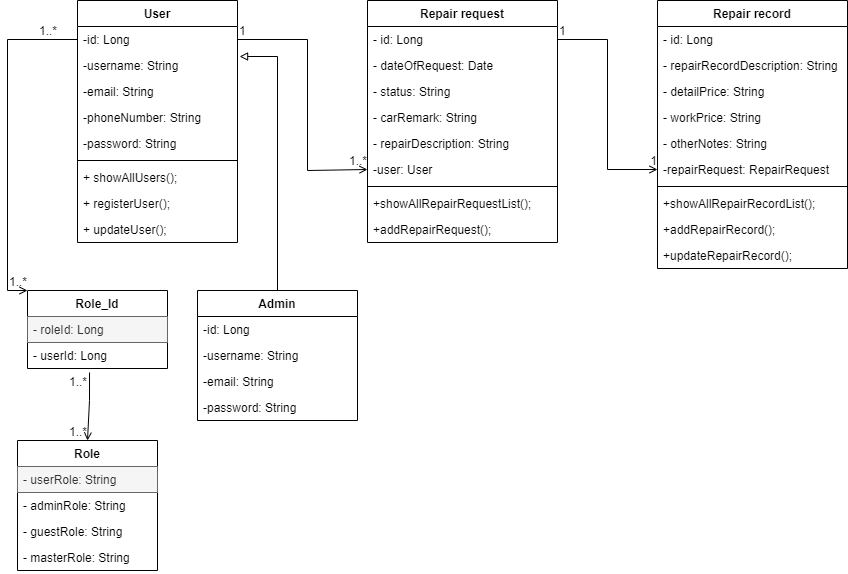
Before: docs/class_diagram.png, a diagram exported from draw.io (MishaAvizhen/ServiceStation). Source tidied: cells renumbered, new cells last; positions are measured from the earlier drawing's top-left corner, leaving out a move shared by most shapes.
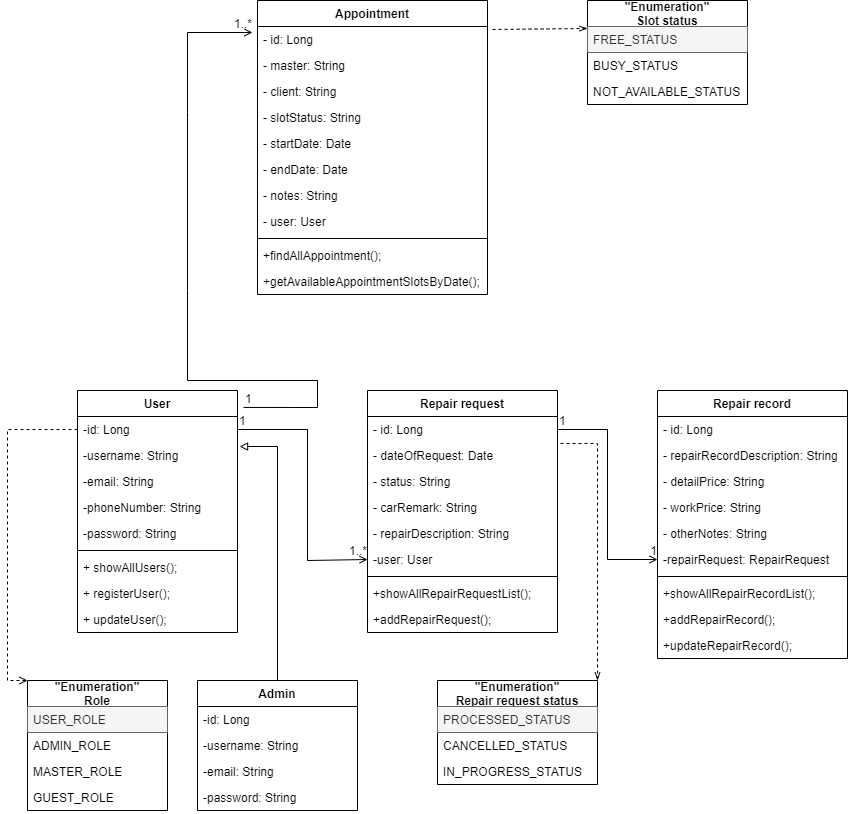
Later version of the same file.

Diff of the diagram source:
```diff
@@ -95,37 +95,30 @@
     <mxCell id="32" value="+addRepairRequest();" style="text;strokeColor=none;fillColor=none;align=left;verticalAlign=top;spacingLeft=4;spacingRight=4;overflow=hidden;" parent="23" vertex="1">
       <mxGeometry y="216" width="190" height="26" as="geometry" />
     </mxCell>
-    <mxCell id="33" value="Role" style="swimlane;fontStyle=1;horizontal=1;startSize=26;fillColor=none;" parent="1" vertex="1">
-      <mxGeometry x="10" y="440" width="140" height="130" as="geometry" />
+    <mxCell id="33" value="&quot;Enumeration&quot;&#10;Role" style="swimlane;fontStyle=1;horizontal=1;startSize=26;fillColor=none;" parent="1" vertex="1">
+      <mxGeometry x="20" y="290" width="140" height="130" as="geometry" />
     </mxCell>
-    <mxCell id="34" value="- userRole: String" style="text;strokeColor=#666666;fillColor=#f5f5f5;align=left;verticalAlign=top;spacingLeft=4;spacingRight=4;overflow=hidden;fontColor=#333333;" parent="33" vertex="1">
+    <mxCell id="34" value="USER_ROLE" style="text;strokeColor=#666666;fillColor=#f5f5f5;align=left;verticalAlign=top;spacingLeft=4;spacingRight=4;overflow=hidden;fontColor=#333333;" parent="33" vertex="1">
       <mxGeometry y="26" width="140" height="26" as="geometry" />
     </mxCell>
-    <mxCell id="35" value="- adminRole: String" style="text;strokeColor=none;fillColor=none;align=left;verticalAlign=top;spacingLeft=4;spacingRight=4;overflow=hidden;" parent="33" vertex="1">
+    <mxCell id="35" value="ADMIN_ROLE" style="text;strokeColor=none;fillColor=none;align=left;verticalAlign=top;spacingLeft=4;spacingRight=4;overflow=hidden;" parent="33" vertex="1">
       <mxGeometry y="52" width="140" height="26" as="geometry" />
     </mxCell>
-    <mxCell id="36" value="- guestRole: String" style="text;strokeColor=none;fillColor=none;align=left;verticalAlign=top;spacingLeft=4;spacingRight=4;overflow=hidden;" parent="33" vertex="1">
+    <mxCell id="36" value="MASTER_ROLE" style="text;strokeColor=none;fillColor=none;align=left;verticalAlign=top;spacingLeft=4;spacingRight=4;overflow=hidden;" parent="33" vertex="1">
       <mxGeometry y="78" width="140" height="26" as="geometry" />
     </mxCell>
-    <mxCell id="37" value="- masterRole: String" style="text;strokeColor=none;fillColor=none;align=left;verticalAlign=top;spacingLeft=4;spacingRight=4;overflow=hidden;" parent="33" vertex="1">
+    <mxCell id="37" value="GUEST_ROLE" style="text;strokeColor=none;fillColor=none;align=left;verticalAlign=top;spacingLeft=4;spacingRight=4;overflow=hidden;" parent="33" vertex="1">
       <mxGeometry y="104" width="140" height="26" as="geometry" />
     </mxCell>
-    <mxCell id="38" style="endArrow=open;html=1;rounded=0;align=center;verticalAlign=top;endFill=0;labelBackgroundColor=none;exitX=0;exitY=0.5;exitDx=0;exitDy=0;entryX=0;entryY=0;entryDx=0;entryDy=0;" parent="1" edge="1" source="3" target="47">
+    <mxCell id="38" style="endArrow=open;html=1;rounded=0;align=center;verticalAlign=top;endFill=0;labelBackgroundColor=none;exitX=0;exitY=0.5;exitDx=0;exitDy=0;entryX=0;entryY=0;entryDx=0;entryDy=0;dashed=1;" parent="1" edge="1" source="3">
       <mxGeometry relative="1" as="geometry">
+        <mxPoint x="20" y="290" as="targetPoint" />
         <Array as="points">
           <mxPoint y="39" />
           <mxPoint y="290" />
         </Array>
       </mxGeometry>
     </mxCell>
-    <mxCell id="39" value="1..*" style="html=1;align=left;verticalAlign=bottom;labelBackgroundColor=none;" parent="38" vertex="1">
-      <mxGeometry x="-1" relative="1" as="geometry">
-        <mxPoint x="-40" as="offset" />
-      </mxGeometry>
-    </mxCell>
-    <mxCell id="40" value="1..*" style="html=1;align=right;verticalAlign=bottom;labelBackgroundColor=none;" parent="38" vertex="1">
-      <mxGeometry x="1" relative="1" as="geometry" />
-    </mxCell>
     <mxCell id="41" style="endArrow=open;html=1;rounded=0;align=center;verticalAlign=top;endFill=0;labelBackgroundColor=none;exitX=1;exitY=0.5;exitDx=0;exitDy=0;entryX=0;entryY=0.5;entryDx=0;entryDy=0;" parent="1" edge="1" source="3" target="29">
       <mxGeometry relative="1" as="geometry">
         <Array as="points">
@@ -154,15 +147,6 @@
     <mxCell id="46" value="1" style="html=1;align=right;verticalAlign=bottom;labelBackgroundColor=none;" parent="44" vertex="1">
       <mxGeometry x="1" relative="1" as="geometry" />
     </mxCell>
-    <mxCell id="47" value="Role_Id" style="swimlane;fontStyle=1;horizontal=1;startSize=26;fillColor=none;" parent="1" vertex="1">
-      <mxGeometry x="20" y="290" width="140" height="78" as="geometry" />
-    </mxCell>
-    <mxCell id="48" value="- roleId: Long" style="text;strokeColor=#666666;fillColor=#f5f5f5;align=left;verticalAlign=top;spacingLeft=4;spacingRight=4;overflow=hidden;fontColor=#333333;" parent="47" vertex="1">
-      <mxGeometry y="26" width="140" height="26" as="geometry" />
-    </mxCell>
-    <mxCell id="49" value="- userId: Long" style="text;strokeColor=none;fillColor=none;align=left;verticalAlign=top;spacingLeft=4;spacingRight=4;overflow=hidden;points=[[0,0.5],[1,0.5]];portConstraint=eastwest;" parent="47" vertex="1">
-      <mxGeometry y="52" width="140" height="26" as="geometry" />
-    </mxCell>
     <mxCell id="50" style="html=1;align=right;verticalAlign=bottom;labelBackgroundColor=none;" parent="1" vertex="1">
       <mxGeometry x="90" y="300" as="geometry">
         <mxPoint x="54" y="83" as="offset" />
@@ -173,21 +157,6 @@
         <mxPoint x="-56" y="101" as="offset" />
       </mxGeometry>
     </mxCell>
-    <mxCell id="52" style="endArrow=open;html=1;rounded=0;align=center;verticalAlign=top;endFill=0;labelBackgroundColor=none;exitX=0.443;exitY=1.154;exitDx=0;exitDy=0;exitPerimeter=0;entryX=0.5;entryY=0;entryDx=0;entryDy=0;" parent="1" edge="1" source="49" target="33">
-      <mxGeometry relative="1" as="geometry">
-        <Array as="points">
-          <mxPoint x="82" y="400" />
-        </Array>
-      </mxGeometry>
-    </mxCell>
-    <mxCell id="53" value="1..*" style="html=1;align=left;verticalAlign=bottom;labelBackgroundColor=none;" parent="52" vertex="1">
-      <mxGeometry x="-1" relative="1" as="geometry">
-        <mxPoint x="-22" y="18" as="offset" />
-      </mxGeometry>
-    </mxCell>
-    <mxCell id="54" value="1..*" style="html=1;align=right;verticalAlign=bottom;labelBackgroundColor=none;" parent="52" vertex="1">
-      <mxGeometry x="1" relative="1" as="geometry" />
-    </mxCell>
     <mxCell id="55" style="edgeStyle=orthogonalEdgeStyle;rounded=0;jettySize=auto;html=1;entryX=1.013;entryY=0.154;entryDx=0;entryDy=0;entryPerimeter=0;endArrow=block;endFill=0;" parent="1" edge="1" source="56" target="4">
       <mxGeometry relative="1" as="geometry" />
     </mxCell>
@@ -206,5 +175,95 @@
     <mxCell id="60" value="-password: String" style="text;strokeColor=none;fillColor=none;align=left;verticalAlign=top;spacingLeft=4;spacingRight=4;overflow=hidden;" parent="56" vertex="1">
       <mxGeometry y="104" width="160" height="26" as="geometry" />
     </mxCell>
+    <mxCell id="61" value="&quot;Enumeration&quot;&#10;Repair request status" style="swimlane;fontStyle=1;horizontal=1;startSize=26;fillColor=none;" parent="1" vertex="1">
+      <mxGeometry x="430" y="290" width="160" height="104" as="geometry" />
+    </mxCell>
+    <mxCell id="62" value="PROCESSED_STATUS" style="text;strokeColor=#666666;fillColor=#f5f5f5;align=left;verticalAlign=top;spacingLeft=4;spacingRight=4;overflow=hidden;fontColor=#333333;" parent="61" vertex="1">
+      <mxGeometry y="26" width="160" height="26" as="geometry" />
+    </mxCell>
+    <mxCell id="63" value="CANCELLED_STATUS" style="text;strokeColor=none;fillColor=none;align=left;verticalAlign=top;spacingLeft=4;spacingRight=4;overflow=hidden;" parent="61" vertex="1">
+      <mxGeometry y="52" width="160" height="26" as="geometry" />
+    </mxCell>
+    <mxCell id="64" value="IN_PROGRESS_STATUS" style="text;strokeColor=none;fillColor=none;align=left;verticalAlign=top;spacingLeft=4;spacingRight=4;overflow=hidden;" parent="61" vertex="1">
+      <mxGeometry y="78" width="160" height="26" as="geometry" />
+    </mxCell>
+    <mxCell id="65" style="endArrow=openThin;html=1;dashed=1;exitX=1.016;exitY=0.038;exitDx=0;exitDy=0;exitPerimeter=0;entryX=1;entryY=0;entryDx=0;entryDy=0;rounded=0;endFill=0;" parent="1" edge="1" source="25" target="61">
+      <mxGeometry relative="1" as="geometry">
+        <Array as="points">
+          <mxPoint x="590" y="53" />
+        </Array>
+      </mxGeometry>
+    </mxCell>
+    <mxCell id="66" value="Appointment" style="swimlane;fontStyle=1;align=center;verticalAlign=top;horizontal=1;startSize=26;" parent="1" vertex="1">
+      <mxGeometry x="250" y="-390" width="230" height="294" as="geometry" />
+    </mxCell>
+    <mxCell id="67" value="- id: Long" style="text;strokeColor=none;fillColor=none;align=left;verticalAlign=top;spacingLeft=4;spacingRight=4;overflow=hidden;points=[[0,0.5],[1,0.5]];portConstraint=eastwest;" parent="66" vertex="1">
+      <mxGeometry y="26" width="230" height="26" as="geometry" />
+    </mxCell>
+    <mxCell id="68" value="- master: String " style="text;strokeColor=none;fillColor=none;align=left;verticalAlign=top;spacingLeft=4;spacingRight=4;overflow=hidden;" parent="66" vertex="1">
+      <mxGeometry y="52" width="230" height="26" as="geometry" />
+    </mxCell>
+    <mxCell id="69" value="- client: String" style="text;strokeColor=none;fillColor=none;align=left;verticalAlign=top;spacingLeft=4;spacingRight=4;overflow=hidden;" parent="66" vertex="1">
+      <mxGeometry y="78" width="230" height="26" as="geometry" />
+    </mxCell>
+    <mxCell id="70" value="- slotStatus: String" style="text;strokeColor=none;fillColor=none;align=left;verticalAlign=top;spacingLeft=4;spacingRight=4;overflow=hidden;" parent="66" vertex="1">
+      <mxGeometry y="104" width="230" height="26" as="geometry" />
+    </mxCell>
+    <mxCell id="71" value="- startDate: Date" style="text;strokeColor=none;fillColor=none;align=left;verticalAlign=top;spacingLeft=4;spacingRight=4;overflow=hidden;" parent="66" vertex="1">
+      <mxGeometry y="130" width="230" height="26" as="geometry" />
+    </mxCell>
+    <mxCell id="72" value="- endDate: Date" style="text;strokeColor=none;fillColor=none;align=left;verticalAlign=top;spacingLeft=4;spacingRight=4;overflow=hidden;" parent="66" vertex="1">
+      <mxGeometry y="156" width="230" height="26" as="geometry" />
+    </mxCell>
+    <mxCell id="73" value="- notes: String" style="text;strokeColor=none;fillColor=none;align=left;verticalAlign=top;spacingLeft=4;spacingRight=4;overflow=hidden;" parent="66" vertex="1">
+      <mxGeometry y="182" width="230" height="26" as="geometry" />
+    </mxCell>
+    <mxCell id="74" value="- user: User" style="text;strokeColor=none;fillColor=none;align=left;verticalAlign=top;spacingLeft=4;spacingRight=4;overflow=hidden;" parent="66" vertex="1">
+      <mxGeometry y="208" width="230" height="26" as="geometry" />
+    </mxCell>
+    <mxCell id="75" style="line;strokeWidth=1;fillColor=none;align=left;verticalAlign=middle;spacingTop=-1;spacingLeft=3;spacingRight=3;labelPosition=right;" parent="66" vertex="1">
+      <mxGeometry y="234" width="230" height="8" as="geometry" />
+    </mxCell>
+    <mxCell id="76" value="+findAllAppointment();" style="text;strokeColor=none;fillColor=none;align=left;verticalAlign=top;spacingLeft=4;spacingRight=4;overflow=hidden;" parent="66" vertex="1">
+      <mxGeometry y="242" width="230" height="26" as="geometry" />
+    </mxCell>
+    <mxCell id="77" value="+getAvailableAppointmentSlotsByDate();" style="text;strokeColor=none;fillColor=none;align=left;verticalAlign=top;spacingLeft=4;spacingRight=4;overflow=hidden;" parent="66" vertex="1">
+      <mxGeometry y="268" width="230" height="26" as="geometry" />
+    </mxCell>
+    <mxCell id="78" style="endArrow=open;html=1;rounded=0;align=center;verticalAlign=top;endFill=0;labelBackgroundColor=none;exitX=1.038;exitY=0.07;exitDx=0;exitDy=0;exitPerimeter=0;entryX=-0.022;entryY=0.231;entryDx=0;entryDy=0;entryPerimeter=0;" parent="1" edge="1" source="2" target="67">
+      <mxGeometry relative="1" as="geometry">
+        <Array as="points">
+          <mxPoint x="310" y="17" />
+          <mxPoint x="310" y="-10" />
+          <mxPoint x="180" y="-10" />
+          <mxPoint x="180" y="-100" />
+          <mxPoint x="180" y="-278" />
+          <mxPoint x="180" y="-358" />
+        </Array>
+      </mxGeometry>
+    </mxCell>
+    <mxCell id="79" value="1" style="html=1;align=left;verticalAlign=bottom;labelBackgroundColor=none;" parent="78" vertex="1">
+      <mxGeometry x="-1" relative="1" as="geometry" />
+    </mxCell>
+    <mxCell id="80" value="1..*" style="html=1;align=right;verticalAlign=bottom;labelBackgroundColor=none;" parent="78" vertex="1">
+      <mxGeometry x="1" relative="1" as="geometry" />
+    </mxCell>
+    <mxCell id="81" value="&quot;Enumeration&quot;&#10;Slot status" style="swimlane;fontStyle=1;horizontal=1;startSize=26;fillColor=none;" parent="1" vertex="1">
+      <mxGeometry x="580" y="-390" width="160" height="104" as="geometry" />
+    </mxCell>
+    <mxCell id="82" value="FREE_STATUS" style="text;strokeColor=#666666;fillColor=#f5f5f5;align=left;verticalAlign=top;spacingLeft=4;spacingRight=4;overflow=hidden;fontColor=#333333;" parent="81" vertex="1">
+      <mxGeometry y="26" width="160" height="26" as="geometry" />
+    </mxCell>
+    <mxCell id="83" value="BUSY_STATUS" style="text;strokeColor=none;fillColor=none;align=left;verticalAlign=top;spacingLeft=4;spacingRight=4;overflow=hidden;" parent="81" vertex="1">
+      <mxGeometry y="52" width="160" height="26" as="geometry" />
+    </mxCell>
+    <mxCell id="84" value="NOT_AVAILABLE_STATUS" style="text;strokeColor=none;fillColor=none;align=left;verticalAlign=top;spacingLeft=4;spacingRight=4;overflow=hidden;" parent="81" vertex="1">
+      <mxGeometry y="78" width="160" height="26" as="geometry" />
+    </mxCell>
+    <mxCell id="85" style="endArrow=openThin;html=1;dashed=1;strokeColor=#000000;exitX=1.022;exitY=0.115;exitDx=0;exitDy=0;exitPerimeter=0;endFill=0;" parent="1" edge="1" source="67">
+      <mxGeometry relative="1" as="geometry">
+        <mxPoint x="580" y="-362" as="targetPoint" />
+      </mxGeometry>
+    </mxCell>
   </root>
 </mxGraphModel>
```
